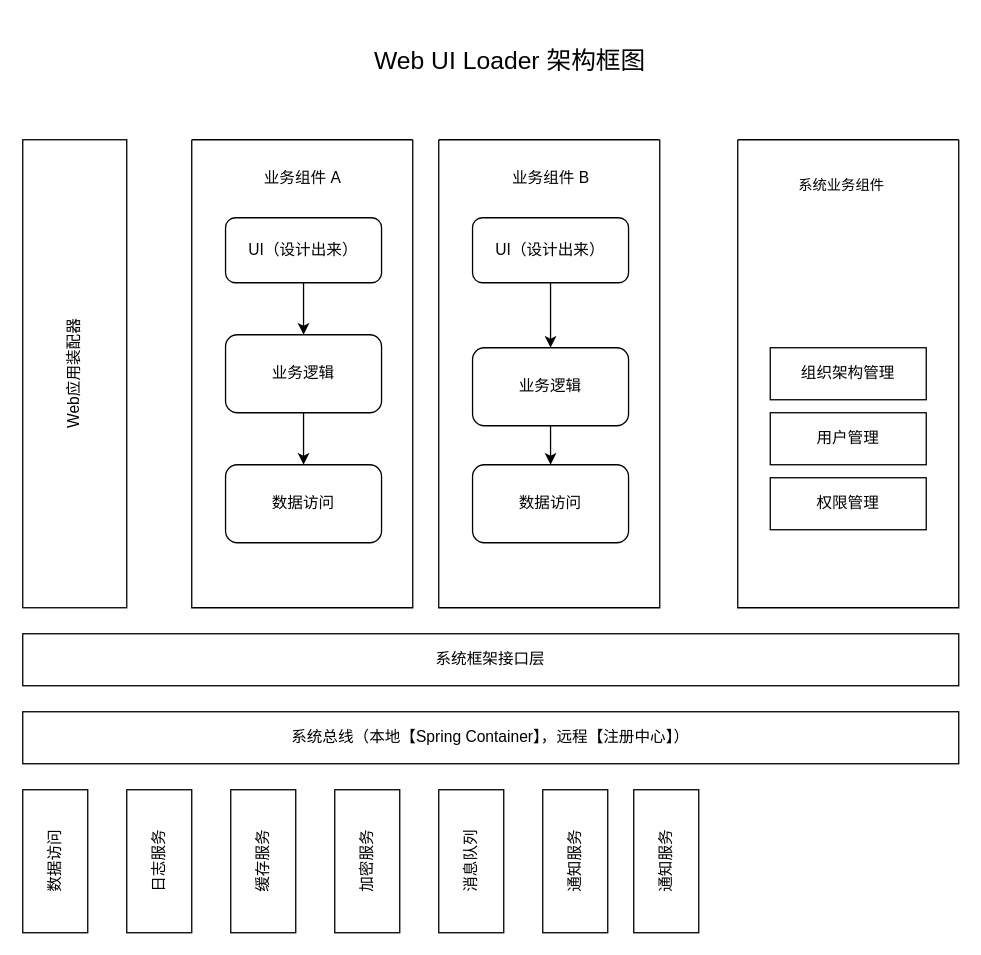
Earlier version of the draw.io diagram project01/Untitled Diagram.drawio (wilson9898/firstgitproject). Source tidied: cells renumbered, new cells numbered last; positions are measured from the earlier drawing's top-left corner, leaving out a move shared by most shapes. Both pictures are drawn from the tidied source at 130%, with x=0, y=0 at pixel (22, 22).
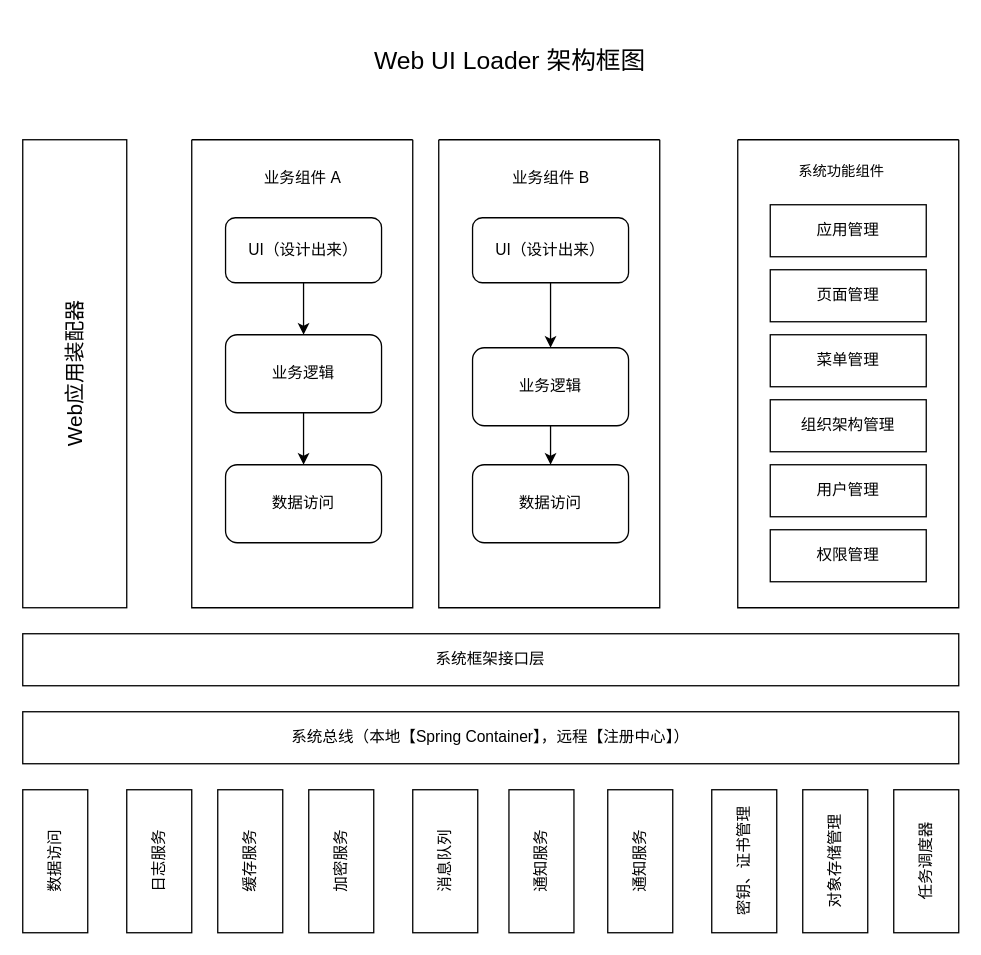
The same diagram, later.

Commit message:
系统架构设计

The change refers to these unchanged cells:
```xml
<mxCell id="19" style="swimlane;startSize=0;" parent="1" vertex="1">
  <mxGeometry x="550" y="90" width="170" height="360" as="geometry" />
</mxCell>
```

Diff of the diagram source:
```diff
@@
-    <mxCell id="2" value="&lt;div&gt;Web应用装配器&lt;/div&gt;" style="rounded=0;whiteSpace=wrap;html=1;horizontal=0;" parent="1" vertex="1">
+    <mxCell id="2" value="&lt;div style=&quot;font-size: 16px;&quot;&gt;Web应用装配器&lt;/div&gt;" style="rounded=0;whiteSpace=wrap;html=1;horizontal=0;fontSize=16;" parent="1" vertex="1">
       <mxGeometry y="90" width="80" height="360" as="geometry" />
     </mxCell>
@@
     <mxCell id="20" value="用户管理" style="rounded=0;whiteSpace=wrap;html=1;" parent="19" vertex="1">
-      <mxGeometry x="25" y="210" width="120" height="40" as="geometry" />
+      <mxGeometry x="25" y="250" width="120" height="40" as="geometry" />
     </mxCell>
     <mxCell id="21" value="组织架构管理" style="rounded=0;whiteSpace=wrap;html=1;" parent="19" vertex="1">
-      <mxGeometry x="25" y="160" width="120" height="40" as="geometry" />
+      <mxGeometry x="25" y="200" width="120" height="40" as="geometry" />
     </mxCell>
     <mxCell id="22" value="权限管理" style="rounded=0;whiteSpace=wrap;html=1;" parent="19" vertex="1">
-      <mxGeometry x="25" y="260" width="120" height="40" as="geometry" />
+      <mxGeometry x="25" y="300" width="120" height="40" as="geometry" />
     </mxCell>
-    <mxCell id="23" value="系统业务组件" style="text;html=1;strokeColor=none;fillColor=none;align=center;verticalAlign=middle;whiteSpace=wrap;rounded=0;fontSize=11;" parent="19" vertex="1">
-      <mxGeometry x="40" y="20" width="80" height="30" as="geometry" />
+    <mxCell id="23" value="系统功能组件" style="text;html=1;strokeColor=none;fillColor=none;align=center;verticalAlign=middle;whiteSpace=wrap;rounded=0;fontSize=11;" parent="19" vertex="1">
+      <mxGeometry x="40" y="9" width="80" height="30" as="geometry" />
     </mxCell>
+    <mxCell id="32" value="页面管理" style="rounded=0;whiteSpace=wrap;html=1;" parent="19" vertex="1">
+      <mxGeometry x="25" y="100" width="120" height="40" as="geometry" />
+    </mxCell>
+    <mxCell id="33" value="菜单管理" style="rounded=0;whiteSpace=wrap;html=1;" parent="19" vertex="1">
+      <mxGeometry x="25" y="150" width="120" height="40" as="geometry" />
+    </mxCell>
+    <mxCell id="34" value="应用管理" style="rounded=0;whiteSpace=wrap;html=1;" parent="19" vertex="1">
+      <mxGeometry x="25" y="50" width="120" height="40" as="geometry" />
+    </mxCell>
@@
     <mxCell id="26" value="缓存服务" style="rounded=0;whiteSpace=wrap;html=1;horizontal=0;" parent="1" vertex="1">
-      <mxGeometry x="160" y="590" width="50" height="110" as="geometry" />
+      <mxGeometry x="150" y="590" width="50" height="110" as="geometry" />
     </mxCell>
     <mxCell id="27" value="加密服务" style="rounded=0;whiteSpace=wrap;html=1;horizontal=0;" parent="1" vertex="1">
-      <mxGeometry x="240" y="590" width="50" height="110" as="geometry" />
+      <mxGeometry x="220" y="590" width="50" height="110" as="geometry" />
     </mxCell>
     <mxCell id="28" value="消息队列" style="rounded=0;whiteSpace=wrap;html=1;horizontal=0;" parent="1" vertex="1">
-      <mxGeometry x="320" y="590" width="50" height="110" as="geometry" />
+      <mxGeometry x="300" y="590" width="50" height="110" as="geometry" />
     </mxCell>
     <mxCell id="29" value="通知服务" style="rounded=0;whiteSpace=wrap;html=1;horizontal=0;" parent="1" vertex="1">
-      <mxGeometry x="400" y="590" width="50" height="110" as="geometry" />
+      <mxGeometry x="374" y="590" width="50" height="110" as="geometry" />
     </mxCell>
@@
     <mxCell id="31" value="通知服务" style="rounded=0;whiteSpace=wrap;html=1;horizontal=0;" parent="1" vertex="1">
-      <mxGeometry x="470" y="590" width="50" height="110" as="geometry" />
+      <mxGeometry x="450" y="590" width="50" height="110" as="geometry" />
     </mxCell>
+    <mxCell id="35" value="&lt;div&gt;密钥、证书管理&lt;/div&gt;" style="rounded=0;whiteSpace=wrap;html=1;horizontal=0;" parent="1" vertex="1">
+      <mxGeometry x="530" y="590" width="50" height="110" as="geometry" />
+    </mxCell>
+    <mxCell id="36" value="对象存储管理" style="rounded=0;whiteSpace=wrap;html=1;horizontal=0;" parent="1" vertex="1">
+      <mxGeometry x="600" y="590" width="50" height="110" as="geometry" />
+    </mxCell>
+    <mxCell id="37" value="任务调度器" style="rounded=0;whiteSpace=wrap;html=1;horizontal=0;" parent="1" vertex="1">
+      <mxGeometry x="670" y="590" width="50" height="110" as="geometry" />
+    </mxCell>
```
